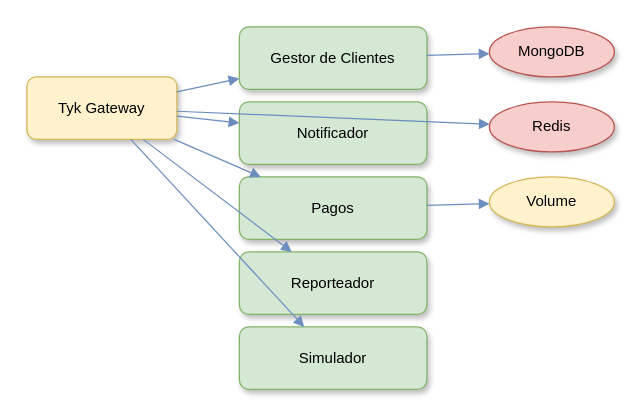
Above: page "Vista de Módulos" (2 of 3) of docs/global-surance.drawio in AngelJanvier01/docker-microservicios (draw.io), before the change. Source tidied: cells renumbered, new cells numbered last; positions are measured from the earlier drawing's top-left corner, leaving out a move shared by most shapes. Both pictures are drawn from the tidied source at 125%, with x=0, y=0 at pixel (26, 26).
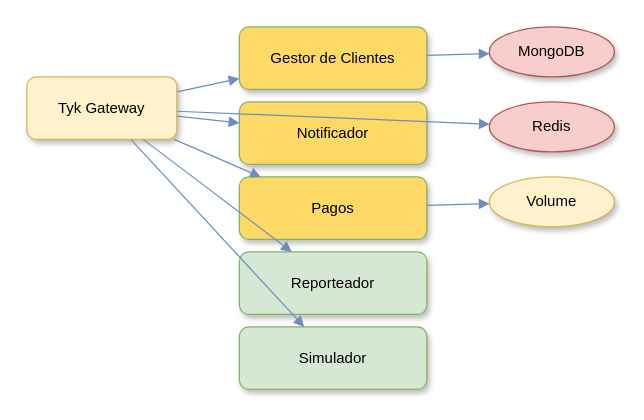
After the change.

What changed in the source:
```diff
@@
 <mxGraphModel>
   <root>
     <mxCell id="0" />
     <mxCell id="1" parent="0" />
     <mxCell id="2" value="Tyk Gateway" style="rounded=1;whiteSpace=wrap;html=1;fillColor=#fff2cc;strokeColor=#d6b656;shadow=1;fontSize=12;" parent="1" vertex="1">
       <mxGeometry y="40" width="120" height="50" as="geometry" />
     </mxCell>
-    <mxCell id="3" value="Gestor de Clientes" style="rounded=1;whiteSpace=wrap;html=1;fillColor=#d5e8d4;strokeColor=#82b366;shadow=1;fontSize=12;" parent="1" vertex="1">
+    <mxCell id="3" value="Gestor de Clientes" style="rounded=1;whiteSpace=wrap;html=1;fillColor=#FFD966;strokeColor=#82b366;shadow=1;fontSize=12;" parent="1" vertex="1">
       <mxGeometry x="170" width="150" height="50" as="geometry" />
     </mxCell>
-    <mxCell id="4" value="Notificador" style="rounded=1;whiteSpace=wrap;html=1;fillColor=#d5e8d4;strokeColor=#82b366;shadow=1;fontSize=12;" parent="1" vertex="1">
+    <mxCell id="4" value="Notificador" style="rounded=1;whiteSpace=wrap;html=1;fillColor=#FFD966;strokeColor=#82b366;shadow=1;fontSize=12;" parent="1" vertex="1">
       <mxGeometry x="170" y="60" width="150" height="50" as="geometry" />
     </mxCell>
-    <mxCell id="5" value="Pagos" style="rounded=1;whiteSpace=wrap;html=1;fillColor=#d5e8d4;strokeColor=#82b366;shadow=1;fontSize=12;" parent="1" vertex="1">
+    <mxCell id="5" value="Pagos" style="rounded=1;whiteSpace=wrap;html=1;fillColor=#FFD966;strokeColor=#82b366;shadow=1;fontSize=12;" parent="1" vertex="1">
       <mxGeometry x="170" y="120" width="150" height="50" as="geometry" />
     </mxCell>
     <mxCell id="6" value="Reporteador" style="rounded=1;whiteSpace=wrap;html=1;fillColor=#d5e8d4;strokeColor=#82b366;shadow=1;fontSize=12;" parent="1" vertex="1">
       <mxGeometry x="170" y="180" width="150" height="50" as="geometry" />
     </mxCell>
     <mxCell id="7" value="Simulador" style="rounded=1;whiteSpace=wrap;html=1;fillColor=#d5e8d4;strokeColor=#82b366;shadow=1;fontSize=12;" parent="1" vertex="1">
       <mxGeometry x="170" y="240" width="150" height="50" as="geometry" />
     </mxCell>
     <mxCell id="8" value="MongoDB" style="ellipse;whiteSpace=wrap;html=1;fillColor=#f8cecc;strokeColor=#b85450;shadow=1;fontSize=12;" parent="1" vertex="1">
       <mxGeometry x="370" width="100" height="40" as="geometry" />
     </mxCell>
     <mxCell id="9" value="Redis" style="ellipse;whiteSpace=wrap;html=1;fillColor=#f8cecc;strokeColor=#b85450;shadow=1;fontSize=12;" parent="1" vertex="1">
       <mxGeometry x="370" y="60" width="100" height="40" as="geometry" />
     </mxCell>
     <mxCell id="10" value="Volume" style="ellipse;whiteSpace=wrap;html=1;fillColor=#fff2cc;strokeColor=#d6b656;shadow=1;fontSize=12;" parent="1" vertex="1">
       <mxGeometry x="370" y="120" width="100" height="40" as="geometry" />
     </mxCell>
     <mxCell id="11" style="endArrow=block;html=1;strokeColor=#6c8ebf;" parent="1" edge="1" source="2" target="3">
       <mxGeometry relative="1" as="geometry" />
     </mxCell>
     <mxCell id="12" style="endArrow=block;html=1;strokeColor=#6c8ebf;" parent="1" edge="1" source="2" target="4">
       <mxGeometry relative="1" as="geometry" />
     </mxCell>
     <mxCell id="13" style="endArrow=block;html=1;strokeColor=#6c8ebf;" parent="1" edge="1" source="2" target="5">
       <mxGeometry relative="1" as="geometry" />
     </mxCell>
     <mxCell id="14" style="endArrow=block;html=1;strokeColor=#6c8ebf;" parent="1" edge="1" source="2" target="6">
       <mxGeometry relative="1" as="geometry" />
     </mxCell>
     <mxCell id="15" style="endArrow=block;html=1;strokeColor=#6c8ebf;" parent="1" edge="1" source="2" target="7">
       <mxGeometry relative="1" as="geometry" />
     </mxCell>
     <mxCell id="16" style="endArrow=block;html=1;strokeColor=#6c8ebf;" parent="1" edge="1" source="3" target="8">
       <mxGeometry relative="1" as="geometry" />
     </mxCell>
     <mxCell id="17" style="endArrow=block;html=1;strokeColor=#6c8ebf;" parent="1" edge="1" source="2" target="9">
       <mxGeometry relative="1" as="geometry" />
     </mxCell>
     <mxCell id="18" style="endArrow=block;html=1;strokeColor=#6c8ebf;" parent="1" edge="1" source="5" target="10">
       <mxGeometry relative="1" as="geometry" />
     </mxCell>
   </root>
 </mxGraphModel>
```
